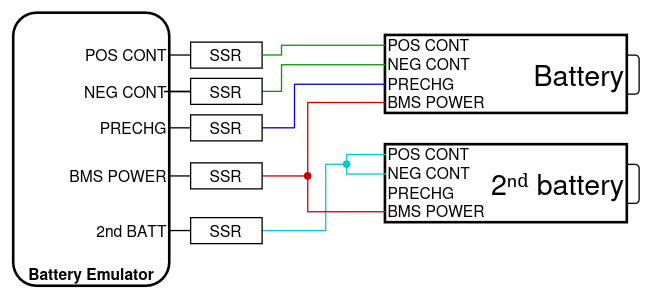
Earlier version of the draw.io export be_battery_2x_gpio.png (nagyrobi/files). Source tidied: cells renumbered, new cells last; positions are measured from the earlier drawing's top-left corner, leaving out a move shared by most shapes.
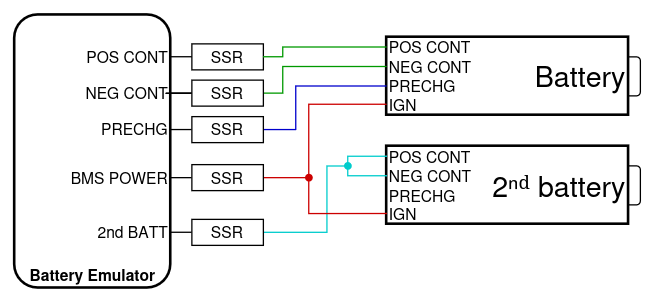
After the commit.

Diff of the diagram source:
```diff
@@ -105,7 +105,7 @@
     <mxCell id="29" value="&lt;div&gt;PRECHG&lt;/div&gt;" style="text;html=1;whiteSpace=wrap;strokeColor=none;fillColor=none;align=left;verticalAlign=middle;rounded=0;" parent="1" vertex="1">
       <mxGeometry x="286" y="47" width="75" height="15" as="geometry" />
     </mxCell>
-    <mxCell id="30" value="BMS POWER" style="text;html=1;whiteSpace=wrap;strokeColor=none;fillColor=none;align=left;verticalAlign=middle;rounded=0;" parent="1" vertex="1">
+    <mxCell id="30" value="IGN" style="text;html=1;whiteSpace=wrap;strokeColor=none;fillColor=none;align=left;verticalAlign=middle;rounded=0;" parent="1" vertex="1">
       <mxGeometry x="286" y="61" width="90" height="15" as="geometry" />
     </mxCell>
     <mxCell id="31" style="edgeStyle=orthogonalEdgeStyle;rounded=0;jettySize=auto;html=1;exitX=0;exitY=0.5;exitDx=0;exitDy=0;endArrow=none;endFill=0;strokeColor=#00CCCC;" parent="1" edge="1" source="32">
@@ -127,7 +127,7 @@
     <mxCell id="35" value="&lt;div&gt;PRECHG&lt;/div&gt;" style="text;html=1;whiteSpace=wrap;strokeColor=none;fillColor=none;align=left;verticalAlign=middle;rounded=0;" parent="1" vertex="1">
       <mxGeometry x="286" y="131" width="75" height="15" as="geometry" />
     </mxCell>
-    <mxCell id="36" value="BMS POWER" style="text;html=1;whiteSpace=wrap;strokeColor=none;fillColor=none;align=left;verticalAlign=middle;rounded=0;" parent="1" vertex="1">
+    <mxCell id="36" value="IGN" style="text;html=1;whiteSpace=wrap;strokeColor=none;fillColor=none;align=left;verticalAlign=middle;rounded=0;" parent="1" vertex="1">
       <mxGeometry x="286" y="145" width="90" height="15" as="geometry" />
     </mxCell>
     <mxCell id="37" style="endArrow=none;html=1;rounded=0;entryX=0;entryY=0.5;entryDx=0;entryDy=0;exitX=1;exitY=0.5;exitDx=0;exitDy=0;edgeStyle=orthogonalEdgeStyle;strokeColor=#009900;" parent="1" edge="1" source="7" target="27">
```
